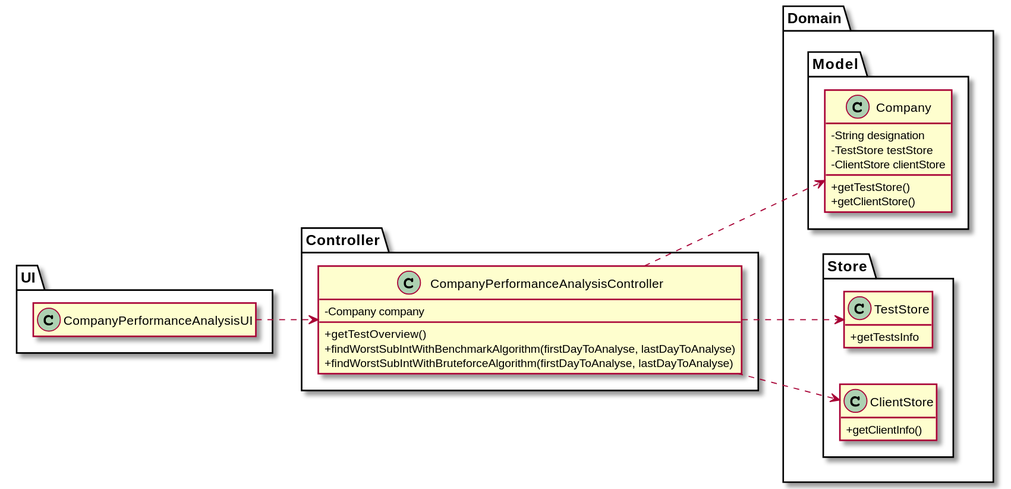
Before: docs/SprintD/US_16/US016_CD_WithPackages.svg, a diagram exported from PlantUML (ana-albergaria/LAPR2-ISEP). The source it was exported from:
```plantuml
@startuml
hide empty methods
hide empty attributes
left to right direction
skinparam classAttributeIconSize 0

package Domain {

package Model{

class Company {
    -String designation
    -TestStore testStore
    -ClientStore clientStore
    +getTestStore()
    +getClientStore()
}

}

package Store {

class TestStore {
+getTestsInfo
}

class ClientStore {
+getClientInfo()
}

}

}

package Controller {

class CompanyPerformanceAnalysisController{
    -Company company
    +getTestOverview()
    +findWorstSubIntWithBenchmarkAlgorithm(firstDayToAnalyse, lastDayToAnalyse)
    +findWorstSubIntWithBruteforceAlgorithm(firstDayToAnalyse, lastDayToAnalyse)
}

}

package UI {

class CompanyPerformanceAnalysisUI{
}

}

CompanyPerformanceAnalysisUI ..> CompanyPerformanceAnalysisController
CompanyPerformanceAnalysisController ..> Company
CompanyPerformanceAnalysisController ..> ClientStore
CompanyPerformanceAnalysisController ..> TestStore

@enduml
```
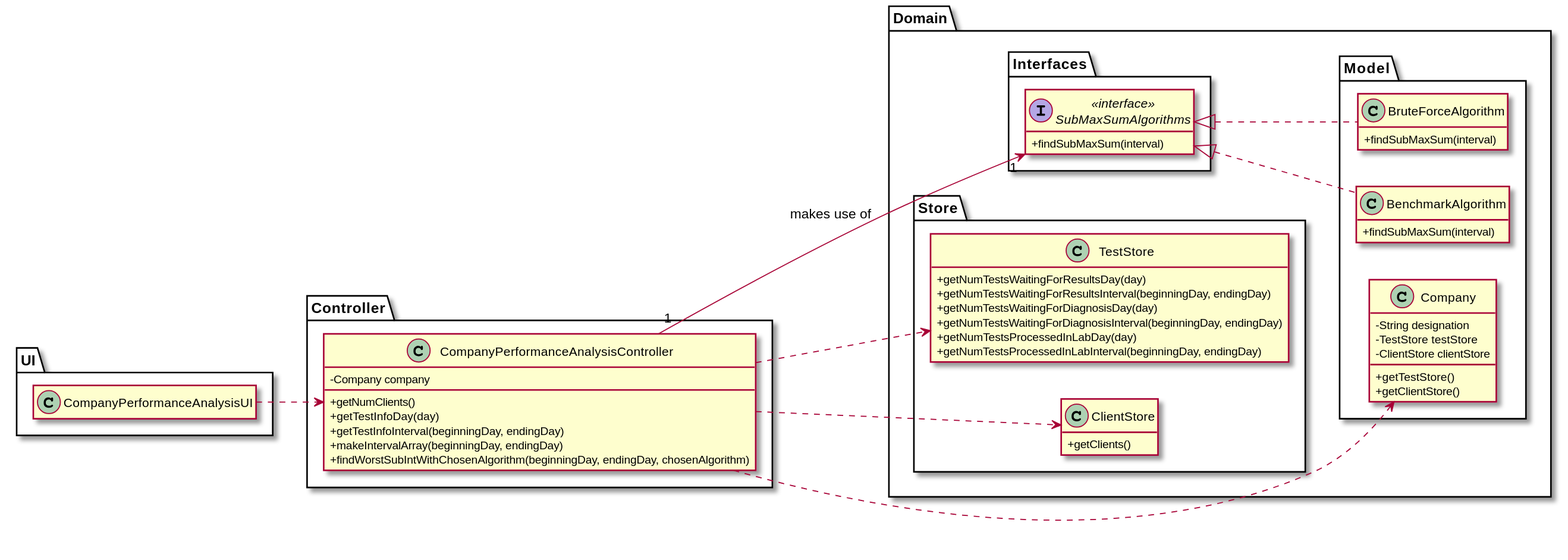
After the commit.

Change to the diagram source:
```diff
@@ -16,16 +16,37 @@
     +getClientStore()
 }
 
+class BenchmarkAlgorithm{
+    +findSubMaxSum(interval)
+}
+
+class BruteForceAlgorithm{
+    +findSubMaxSum(interval)
+}
+
+}
+
+package Interfaces {
+
+interface SubMaxSumAlgorithms <<interface>> {
+    +findSubMaxSum(interval)
+}
+
 }
 
 package Store {
 
 class TestStore {
-+getTestsInfo
+    +getNumTestsWaitingForResultsDay(day)
+    +getNumTestsWaitingForResultsInterval(beginningDay, endingDay)
+    +getNumTestsWaitingForDiagnosisDay(day)
+    +getNumTestsWaitingForDiagnosisInterval(beginningDay, endingDay)
+    +getNumTestsProcessedInLabDay(day)
+    +getNumTestsProcessedInLabInterval(beginningDay, endingDay)
 }
 
 class ClientStore {
-+getClientInfo()
+    +getClients()
 }
 
 }
@@ -36,9 +57,11 @@
 
 class CompanyPerformanceAnalysisController{
     -Company company
-    +getTestOverview()
-    +findWorstSubIntWithBenchmarkAlgorithm(firstDayToAnalyse, lastDayToAnalyse)
-    +findWorstSubIntWithBruteforceAlgorithm(firstDayToAnalyse, lastDayToAnalyse)
+    +getNumClients()
+    +getTestInfoDay(day)
+    +getTestInfoInterval(beginningDay, endingDay)
+    +makeIntervalArray(beginningDay, endingDay)
+    +findWorstSubIntWithChosenAlgorithm(beginningDay, endingDay, chosenAlgorithm)
 }
 
 }
@@ -54,5 +77,9 @@
 CompanyPerformanceAnalysisController ..> Company
 CompanyPerformanceAnalysisController ..> ClientStore
 CompanyPerformanceAnalysisController ..> TestStore
+CompanyPerformanceAnalysisController "1" --> "1" SubMaxSumAlgorithms : makes use of
+
+class BenchmarkAlgorithm implements SubMaxSumAlgorithms
+class BruteForceAlgorithm implements SubMaxSumAlgorithms
 
 @enduml
```
